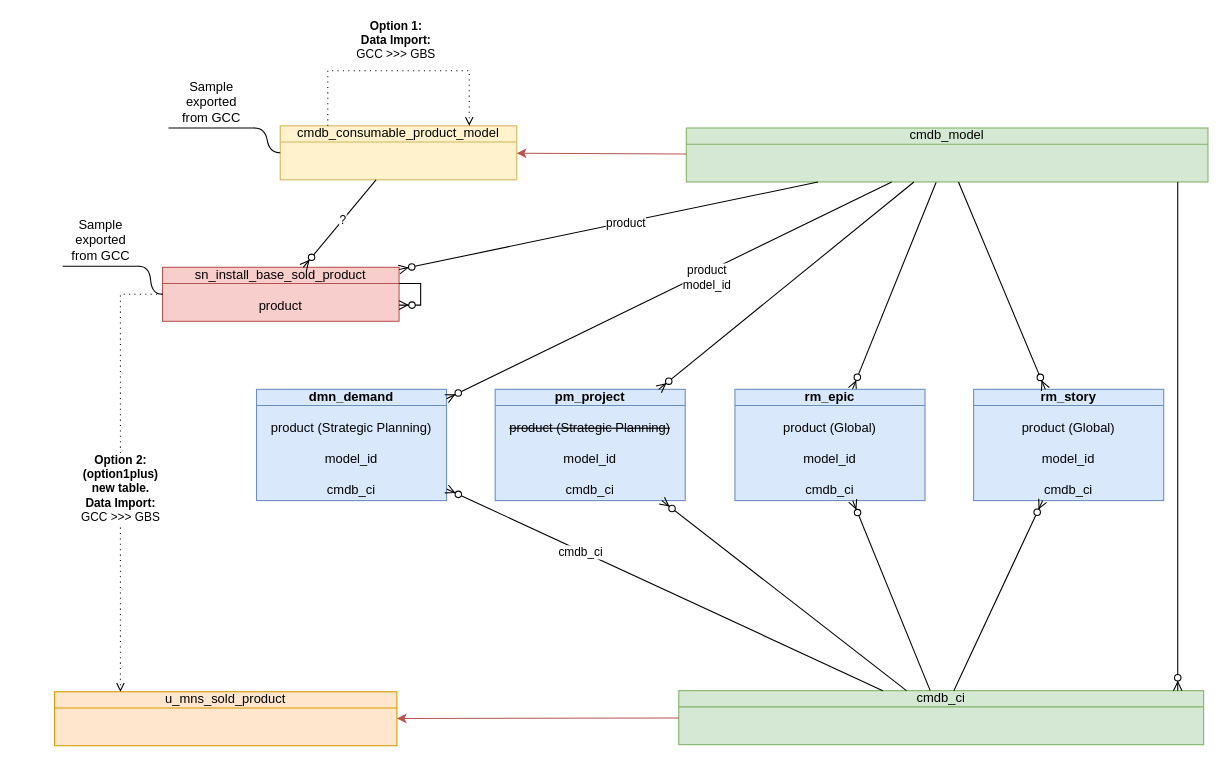
The draw.io diagram JTI_product.drawio in algimas/tmp, before the edit. Source tidied: cells renumbered, new cells numbered last; positions are measured from the earlier drawing's top-left corner, leaving out a move shared by most shapes. Both pictures are drawn from the tidied source at 108%, with x=0, y=0 at pixel (54, 70).
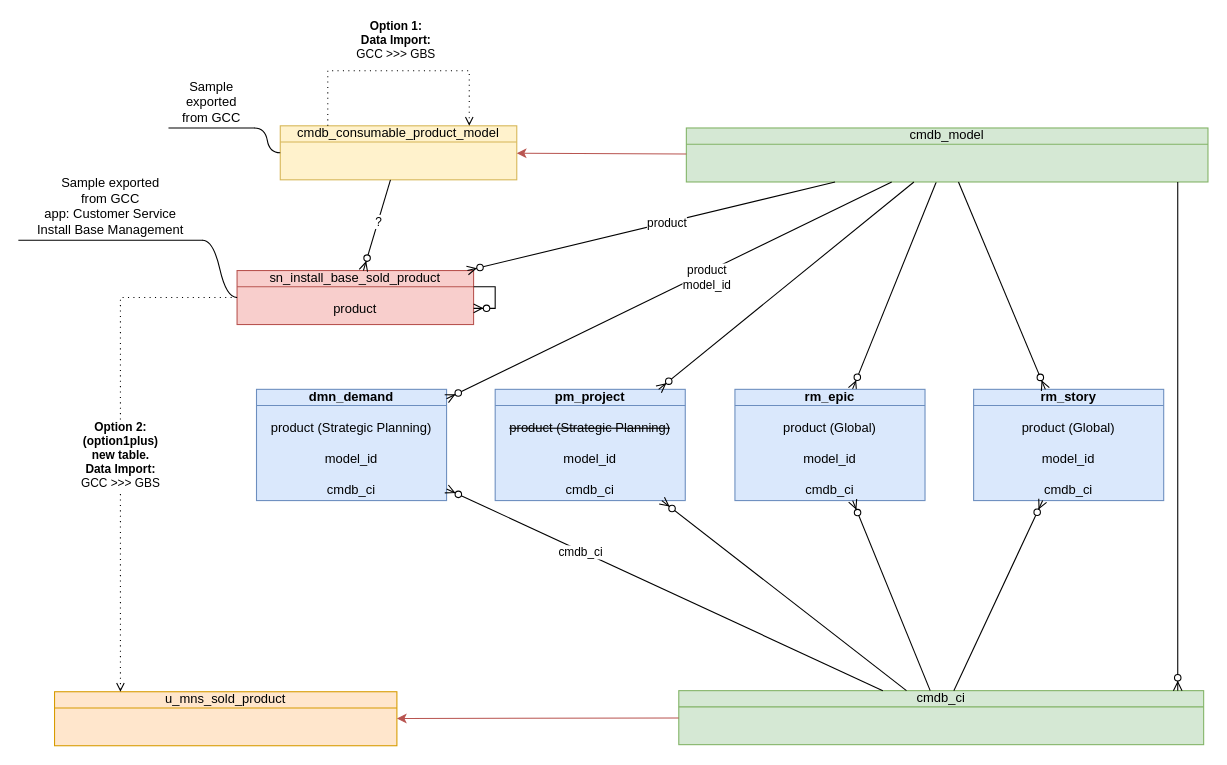
After the change.

What changed in the source:
```diff
@@
     <mxCell id="22" value="&lt;div&gt;sn_install_base_sold_product&lt;/div&gt;&lt;div&gt;&lt;br&gt;&lt;/div&gt;&lt;div&gt;product&lt;/div&gt;" style="html=1;outlineConnect=0;whiteSpace=wrap;fillColor=#f8cecc;shape=mxgraph.archimate3.businessObject;overflow=fill;strokeColor=#b85450;" parent="1" vertex="1">
-      <mxGeometry x="100" y="182" width="219" height="50" as="geometry" />
+      <mxGeometry x="169" y="185" width="219" height="50" as="geometry" />
     </mxCell>
@@
-    <mxCell id="26" value="&lt;div&gt;Sample exported&lt;/div&gt;&lt;div&gt;from GCC&lt;/div&gt;" style="whiteSpace=wrap;html=1;shape=partialRectangle;top=0;left=0;bottom=1;right=0;points=[[0,1],[1,1]];fillColor=none;align=center;verticalAlign=bottom;routingCenterY=0.5;snapToPoint=1;newEdgeStyle={&quot;edgeStyle&quot;:&quot;entityRelationEdgeStyle&quot;,&quot;startArrow&quot;:&quot;none&quot;,&quot;endArrow&quot;:&quot;none&quot;,&quot;segment&quot;:10,&quot;curved&quot;:1,&quot;sourcePerimeterSpacing&quot;:0,&quot;targetPerimeterSpacing&quot;:0};" parent="1" vertex="1">
-      <mxGeometry x="8" y="140" width="70" height="41" as="geometry" />
+    <mxCell id="26" value="&lt;div&gt;Sample exported&lt;/div&gt;&lt;div&gt;from GCC&lt;/div&gt;&lt;div&gt;&amp;nbsp;app: Customer Service&amp;nbsp;&lt;/div&gt;&lt;div&gt;Install Base Management&lt;/div&gt;" style="whiteSpace=wrap;html=1;shape=partialRectangle;top=0;left=0;bottom=1;right=0;points=[[0,1],[1,1]];fillColor=none;align=center;verticalAlign=bottom;routingCenterY=0.5;snapToPoint=1;newEdgeStyle={&quot;edgeStyle&quot;:&quot;entityRelationEdgeStyle&quot;,&quot;startArrow&quot;:&quot;none&quot;,&quot;endArrow&quot;:&quot;none&quot;,&quot;segment&quot;:10,&quot;curved&quot;:1,&quot;sourcePerimeterSpacing&quot;:0,&quot;targetPerimeterSpacing&quot;:0};" parent="1" vertex="1">
+      <mxGeometry x="-33" y="87" width="170" height="70" as="geometry" />
     </mxCell>
```
